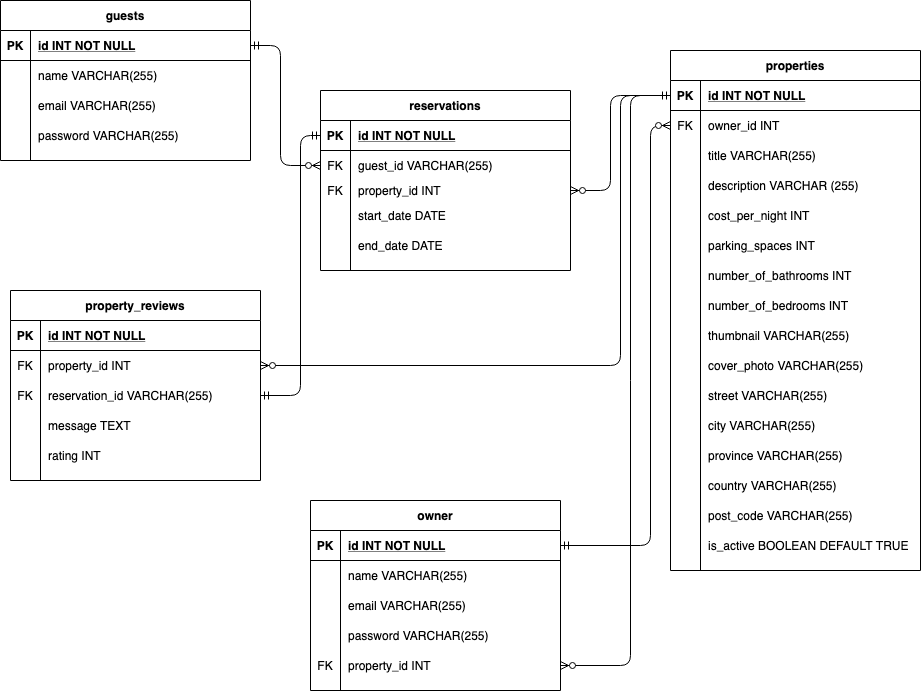
This is Lighthouse BnB ERD.png from austinkret/Lighthouse-BnB, a draw.io export, as it was before one commit. Source tidied: cells renumbered, new cells last; positions are measured from the earlier drawing's top-left corner, leaving out a move shared by most shapes.
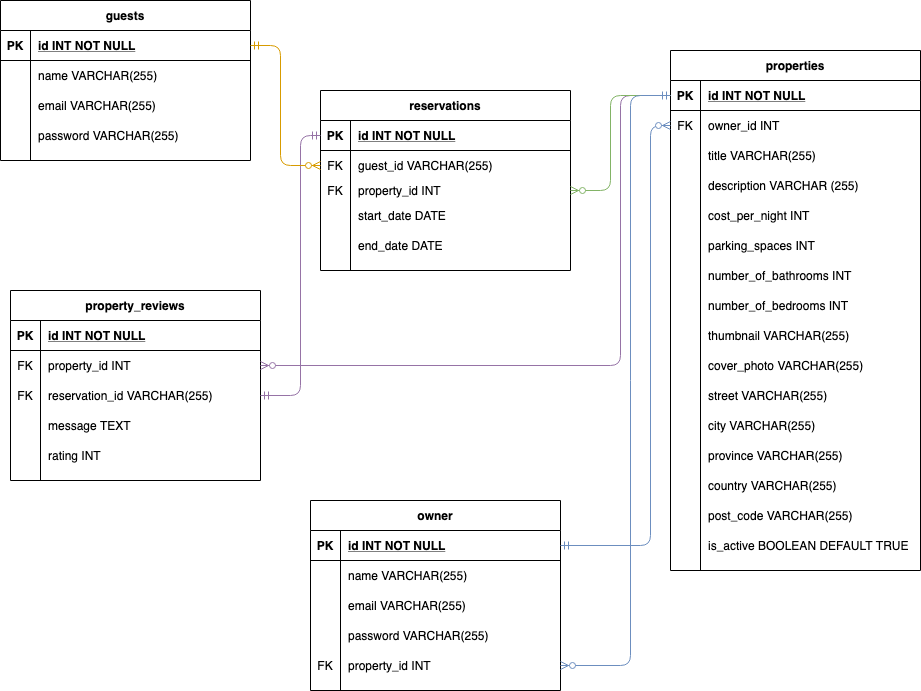
The same diagram one commit later.

Diff of the diagram source:
```diff
@@ -2,7 +2,7 @@
   <root>
     <mxCell id="0" />
     <mxCell id="1" parent="0" />
-    <mxCell id="2" value="properties" style="shape=table;startSize=30;rowLines=0;fontStyle=1;align=center;fillOpacity=100;rounded=0;shadow=0;fillColor=#FFFFFF;" parent="1" vertex="1">
+    <mxCell id="2" value="properties" style="shape=table;startSize=30;rowLines=0;fontStyle=1;align=center;fillColor=#FFFFFF;fillOpacity=100;rounded=0;" parent="1" vertex="1">
       <mxGeometry x="670" y="50" width="250" height="520" as="geometry" />
     </mxCell>
     <mxCell id="3" style="shape=partialRectangle;fillColor=none;points=[[0,0.5],[1,0.5]];portConstraint=eastwest;top=0;left=0;right=0;bottom=1;" parent="2" vertex="1">
@@ -332,7 +332,7 @@
     <mxCell id="111" value="property_id INT" style="shape=partialRectangle;overflow=hidden;fillColor=none;top=0;left=0;bottom=0;right=0;align=left;spacingLeft=6;" parent="109" vertex="1">
       <mxGeometry x="30" width="220" height="30" as="geometry" />
     </mxCell>
-    <mxCell id="112" style="edgeStyle=orthogonalEdgeStyle;fontSize=12;html=1;endArrow=ERzeroToMany;exitX=1;exitY=0.5;exitDx=0;exitDy=0;entryX=0;entryY=0.5;entryDx=0;entryDy=0;endFill=1;startArrow=ERmandOne;startFill=0;" parent="1" edge="1" source="97" target="6">
+    <mxCell id="112" style="edgeStyle=orthogonalEdgeStyle;fontSize=12;html=1;endArrow=ERzeroToMany;exitX=1;exitY=0.5;exitDx=0;exitDy=0;entryX=0;entryY=0.5;entryDx=0;entryDy=0;endFill=1;startArrow=ERmandOne;startFill=0;fillColor=#dae8fc;strokeColor=#6c8ebf;" parent="1" edge="1" source="97" target="6">
       <mxGeometry relative="1" as="geometry">
         <Array as="points">
           <mxPoint x="650" y="545" />
@@ -340,7 +340,7 @@
         </Array>
       </mxGeometry>
     </mxCell>
-    <mxCell id="113" style="edgeStyle=orthogonalEdgeStyle;fontSize=12;html=1;endArrow=ERzeroToMany;exitX=0;exitY=0.5;exitDx=0;exitDy=0;entryX=1;entryY=0.5;entryDx=0;entryDy=0;endFill=1;" parent="1" edge="1" source="3" target="84">
+    <mxCell id="113" style="edgeStyle=orthogonalEdgeStyle;fontSize=12;html=1;endArrow=ERzeroToMany;exitX=0;exitY=0.5;exitDx=0;exitDy=0;entryX=1;entryY=0.5;entryDx=0;entryDy=0;endFill=1;fillColor=#e1d5e7;strokeColor=#9673a6;" parent="1" edge="1" source="3" target="84">
       <mxGeometry relative="1" as="geometry">
         <Array as="points">
           <mxPoint x="620" y="95" />
@@ -348,7 +348,7 @@
         </Array>
       </mxGeometry>
     </mxCell>
-    <mxCell id="114" style="edgeStyle=orthogonalEdgeStyle;fontSize=12;html=1;endArrow=ERmandOne;exitX=0;exitY=0.5;exitDx=0;exitDy=0;entryX=1;entryY=0.5;entryDx=0;entryDy=0;endFill=0;startArrow=ERmandOne;startFill=0;" parent="1" edge="1" source="52" target="87">
+    <mxCell id="114" style="edgeStyle=orthogonalEdgeStyle;fontSize=12;html=1;endArrow=ERmandOne;exitX=0;exitY=0.5;exitDx=0;exitDy=0;entryX=1;entryY=0.5;entryDx=0;entryDy=0;endFill=0;startArrow=ERmandOne;startFill=0;fillColor=#e1d5e7;strokeColor=#9673a6;" parent="1" edge="1" source="52" target="87">
       <mxGeometry relative="1" as="geometry">
         <Array as="points">
           <mxPoint x="300" y="135" />
@@ -356,7 +356,7 @@
         </Array>
       </mxGeometry>
     </mxCell>
-    <mxCell id="115" style="edgeStyle=orthogonalEdgeStyle;fontSize=12;html=1;endArrow=ERzeroToMany;exitX=1;exitY=0.5;exitDx=0;exitDy=0;entryX=0;entryY=0.5;entryDx=0;entryDy=0;startArrow=ERmandOne;startFill=0;endFill=1;" parent="1" edge="1" source="68" target="55">
+    <mxCell id="115" style="edgeStyle=orthogonalEdgeStyle;fontSize=12;html=1;endArrow=ERzeroToMany;exitX=1;exitY=0.5;exitDx=0;exitDy=0;entryX=0;entryY=0.5;entryDx=0;entryDy=0;startArrow=ERmandOne;startFill=0;endFill=1;fillColor=#ffe6cc;strokeColor=#d79b00;" parent="1" edge="1" source="68" target="55">
       <mxGeometry relative="1" as="geometry">
         <Array as="points">
           <mxPoint x="280" y="45" />
@@ -364,7 +364,7 @@
         </Array>
       </mxGeometry>
     </mxCell>
-    <mxCell id="116" style="edgeStyle=orthogonalEdgeStyle;fontSize=12;html=1;endArrow=ERzeroToMany;exitX=0;exitY=0.5;exitDx=0;exitDy=0;entryX=1;entryY=0.5;entryDx=0;entryDy=0;endFill=1;" parent="1" edge="1" source="3" target="58">
+    <mxCell id="116" style="edgeStyle=orthogonalEdgeStyle;fontSize=12;html=1;endArrow=ERzeroToMany;exitX=0;exitY=0.5;exitDx=0;exitDy=0;entryX=1;entryY=0.5;entryDx=0;entryDy=0;endFill=1;fillColor=#d5e8d4;strokeColor=#82b366;" parent="1" edge="1" source="3" target="58">
       <mxGeometry relative="1" as="geometry">
         <Array as="points">
           <mxPoint x="610" y="95" />
@@ -372,7 +372,7 @@
         </Array>
       </mxGeometry>
     </mxCell>
-    <mxCell id="117" style="edgeStyle=orthogonalEdgeStyle;fontSize=12;html=1;endArrow=ERmandOne;exitX=1;exitY=0.5;exitDx=0;exitDy=0;entryX=0;entryY=0.5;entryDx=0;entryDy=0;endFill=0;startArrow=ERzeroToMany;startFill=1;" parent="1" edge="1" source="109" target="3">
+    <mxCell id="117" style="edgeStyle=orthogonalEdgeStyle;fontSize=12;html=1;endArrow=ERmandOne;exitX=1;exitY=0.5;exitDx=0;exitDy=0;entryX=0;entryY=0.5;entryDx=0;entryDy=0;endFill=0;startArrow=ERzeroToMany;startFill=1;fillColor=#dae8fc;strokeColor=#6c8ebf;" parent="1" edge="1" source="109" target="3">
       <mxGeometry relative="1" as="geometry">
         <Array as="points">
           <mxPoint x="630" y="665" />
```
